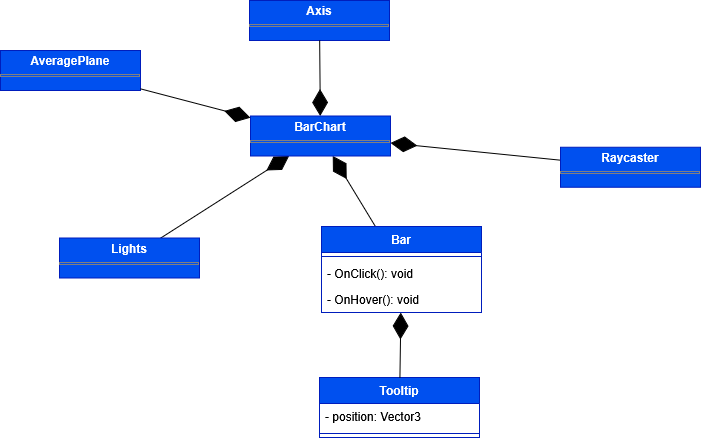
6BitBusters/6BitBusters.github.io keeps this draw.io diagram as Docs/PB/Generali Esterni/specifica_tecnica/template/images/uml_front/ui/barchart.png. Above is the earlier version. Source tidied: cells renumbered, new cells last; positions are measured from the earlier drawing's top-left corner, leaving out a move shared by most shapes.
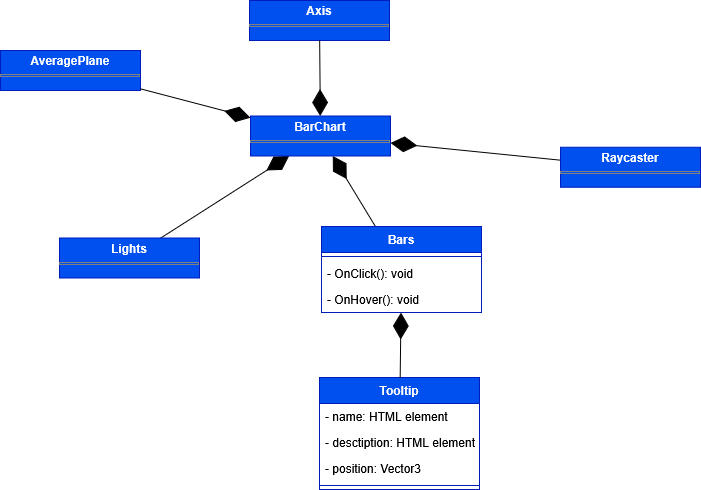
After the change.

What changed in the source:
```diff
@@ -5,19 +5,19 @@
     <mxCell id="2" value="&lt;p style=&quot;margin:0px;margin-top:4px;text-align:center;&quot;&gt;&lt;b&gt;Axis&lt;/b&gt;&lt;/p&gt;&lt;hr size=&quot;1&quot; style=&quot;border-style:solid;&quot;&gt;&lt;div style=&quot;height:2px;&quot;&gt;&lt;/div&gt;" style="verticalAlign=top;align=left;overflow=fill;html=1;whiteSpace=wrap;fillColor=#0050ef;fontColor=#ffffff;strokeColor=#001DBC;" parent="1" vertex="1">
       <mxGeometry x="249" width="140" height="40" as="geometry" />
     </mxCell>
-    <mxCell id="3" style="endArrow=diamondThin;endFill=1;endSize=24;html=1;rounded=0;" parent="1" edge="1" source="2" target="17">
+    <mxCell id="3" style="endArrow=diamondThin;endFill=1;endSize=24;html=1;rounded=0;" parent="1" edge="1" source="2" target="19">
       <mxGeometry relative="1" as="geometry" />
     </mxCell>
-    <mxCell id="4" style="endArrow=diamondThin;endFill=1;endSize=24;html=1;rounded=0;" parent="1" edge="1" source="5" target="17">
+    <mxCell id="4" style="endArrow=diamondThin;endFill=1;endSize=24;html=1;rounded=0;" parent="1" edge="1" source="5" target="19">
       <mxGeometry relative="1" as="geometry" />
     </mxCell>
     <mxCell id="5" value="&lt;p style=&quot;margin:0px;margin-top:4px;text-align:center;&quot;&gt;&lt;b&gt;Lights&lt;/b&gt;&lt;/p&gt;&lt;hr size=&quot;1&quot; style=&quot;border-style:solid;&quot;&gt;&lt;div style=&quot;height:2px;&quot;&gt;&lt;/div&gt;" style="verticalAlign=top;align=left;overflow=fill;html=1;whiteSpace=wrap;fillColor=#0050ef;fontColor=#ffffff;strokeColor=#001DBC;" parent="1" vertex="1">
       <mxGeometry x="59" y="237.5" width="140" height="40" as="geometry" />
     </mxCell>
-    <mxCell id="6" style="endArrow=diamondThin;endFill=1;endSize=24;html=1;rounded=0;" parent="1" edge="1" source="7" target="17">
+    <mxCell id="6" style="endArrow=diamondThin;endFill=1;endSize=24;html=1;rounded=0;" parent="1" edge="1" source="7" target="19">
       <mxGeometry relative="1" as="geometry" />
     </mxCell>
-    <mxCell id="7" value="Bar" style="swimlane;fontStyle=1;align=center;verticalAlign=top;horizontal=1;startSize=26;whiteSpace=wrap;html=1;fillColor=#0050ef;fontColor=#ffffff;strokeColor=#001DBC;" parent="1" vertex="1">
+    <mxCell id="7" value="Bars" style="swimlane;fontStyle=1;align=center;verticalAlign=top;horizontal=1;startSize=26;whiteSpace=wrap;html=1;fillColor=#0050ef;fontColor=#ffffff;strokeColor=#001DBC;" parent="1" vertex="1">
       <mxGeometry x="321" y="226" width="160" height="86" as="geometry" />
     </mxCell>
     <mxCell id="8" style="line;strokeWidth=1;fillColor=none;align=left;verticalAlign=middle;spacingTop=-1;spacingLeft=3;spacingRight=3;labelPosition=right;strokeColor=inherit;" parent="7" vertex="1">
@@ -30,31 +30,37 @@
       <mxGeometry y="60" width="160" height="26" as="geometry" />
     </mxCell>
     <mxCell id="11" value="Tooltip" style="swimlane;fontStyle=1;align=center;verticalAlign=top;horizontal=1;startSize=26;whiteSpace=wrap;html=1;fillColor=#0050ef;fontColor=#ffffff;strokeColor=#001DBC;" parent="1" vertex="1">
-      <mxGeometry x="319" y="377" width="160" height="60" as="geometry" />
+      <mxGeometry x="319" y="377" width="160" height="112" as="geometry" />
     </mxCell>
-    <mxCell id="12" value="- position: Vector3" style="text;strokeColor=none;fillColor=none;align=left;verticalAlign=top;spacingLeft=4;spacingRight=4;overflow=hidden;whiteSpace=wrap;html=1;" parent="11" vertex="1">
+    <mxCell id="12" value="- name: HTML element" style="text;strokeColor=none;fillColor=none;align=left;verticalAlign=top;spacingLeft=4;spacingRight=4;overflow=hidden;whiteSpace=wrap;html=1;" parent="11" vertex="1">
       <mxGeometry y="26" width="160" height="26" as="geometry" />
     </mxCell>
-    <mxCell id="13" style="line;strokeWidth=1;fillColor=none;align=left;verticalAlign=middle;spacingTop=-1;spacingLeft=3;spacingRight=3;labelPosition=right;strokeColor=inherit;" parent="11" vertex="1">
-      <mxGeometry y="52" width="160" height="8" as="geometry" />
+    <mxCell id="13" value="- desctiption: HTML element" style="text;strokeColor=none;fillColor=none;align=left;verticalAlign=top;spacingLeft=4;spacingRight=4;overflow=hidden;whiteSpace=wrap;html=1;" parent="11" vertex="1">
+      <mxGeometry y="52" width="160" height="26" as="geometry" />
     </mxCell>
-    <mxCell id="14" style="endArrow=diamondThin;endFill=1;endSize=24;html=1;rounded=0;" parent="1" edge="1" source="15" target="17">
-      <mxGeometry relative="1" as="geometry" />
+    <mxCell id="14" value="- position: Vector3" style="text;strokeColor=none;fillColor=none;align=left;verticalAlign=top;spacingLeft=4;spacingRight=4;overflow=hidden;whiteSpace=wrap;html=1;" parent="11" vertex="1">
+      <mxGeometry y="78" width="160" height="26" as="geometry" />
     </mxCell>
-    <mxCell id="15" value="&lt;p style=&quot;margin:0px;margin-top:4px;text-align:center;&quot;&gt;&lt;b&gt;Raycaster&lt;/b&gt;&lt;/p&gt;&lt;hr size=&quot;1&quot; style=&quot;border-style:solid;&quot;&gt;&lt;div style=&quot;height:2px;&quot;&gt;&lt;/div&gt;" style="verticalAlign=top;align=left;overflow=fill;html=1;whiteSpace=wrap;fillColor=#0050ef;fontColor=#ffffff;strokeColor=#001DBC;" parent="1" vertex="1">
-      <mxGeometry x="560" y="146.8" width="140" height="40" as="geometry" />
+    <mxCell id="15" style="line;strokeWidth=1;fillColor=none;align=left;verticalAlign=middle;spacingTop=-1;spacingLeft=3;spacingRight=3;labelPosition=right;points=[];portConstraint=eastwest;strokeColor=inherit;" parent="11" vertex="1">
+      <mxGeometry y="104" width="160" height="8" as="geometry" />
     </mxCell>
-    <mxCell id="16" style="endArrow=diamondThin;endFill=1;endSize=24;html=1;rounded=0;" parent="1" edge="1" source="11" target="7">
+    <mxCell id="16" style="endArrow=diamondThin;endFill=1;endSize=24;html=1;rounded=0;" parent="1" edge="1" source="17" target="19">
       <mxGeometry relative="1" as="geometry" />
     </mxCell>
-    <mxCell id="17" value="&lt;p style=&quot;margin:0px;margin-top:4px;text-align:center;&quot;&gt;&lt;b&gt;BarChart&lt;/b&gt;&lt;/p&gt;&lt;hr size=&quot;1&quot; style=&quot;border-style:solid;&quot;&gt;&lt;div style=&quot;height:2px;&quot;&gt;&lt;/div&gt;" style="verticalAlign=top;align=left;overflow=fill;html=1;whiteSpace=wrap;fillColor=#0050ef;fontColor=#ffffff;strokeColor=#001DBC;" parent="1" vertex="1">
-      <mxGeometry x="250" y="115.5" width="140" height="40" as="geometry" />
+    <mxCell id="17" value="&lt;p style=&quot;margin:0px;margin-top:4px;text-align:center;&quot;&gt;&lt;b&gt;Raycaster&lt;/b&gt;&lt;/p&gt;&lt;hr size=&quot;1&quot; style=&quot;border-style:solid;&quot;&gt;&lt;div style=&quot;height:2px;&quot;&gt;&lt;/div&gt;" style="verticalAlign=top;align=left;overflow=fill;html=1;whiteSpace=wrap;fillColor=#0050ef;fontColor=#ffffff;strokeColor=#001DBC;" parent="1" vertex="1">
+      <mxGeometry x="560" y="146.8" width="140" height="40" as="geometry" />
     </mxCell>
-    <mxCell id="18" value="&lt;p style=&quot;margin:0px;margin-top:4px;text-align:center;&quot;&gt;&lt;b&gt;AveragePlane&lt;/b&gt;&lt;/p&gt;&lt;hr size=&quot;1&quot; style=&quot;border-style:solid;&quot;&gt;&lt;div style=&quot;height:2px;&quot;&gt;&lt;/div&gt;" style="verticalAlign=top;align=left;overflow=fill;html=1;whiteSpace=wrap;fillColor=#0050ef;fontColor=#ffffff;strokeColor=#001DBC;" parent="1" vertex="1">
-      <mxGeometry y="50" width="140" height="40" as="geometry" />
+    <mxCell id="18" style="endArrow=diamondThin;endFill=1;endSize=24;html=1;rounded=0;" parent="1" edge="1" source="11" target="7">
+      <mxGeometry relative="1" as="geometry" />
     </mxCell>
-    <mxCell id="19" style="endArrow=diamondThin;endFill=1;endSize=24;html=1;rounded=0;" parent="1" edge="1" source="18" target="17">
-      <mxGeometry relative="1" as="geometry" />
+    <mxCell id="19" value="&lt;p style=&quot;margin:0px;margin-top:4px;text-align:center;&quot;&gt;&lt;b&gt;BarChart&lt;/b&gt;&lt;/p&gt;&lt;hr size=&quot;1&quot; style=&quot;border-style:solid;&quot;&gt;&lt;div style=&quot;height:2px;&quot;&gt;&lt;/div&gt;" style="verticalAlign=top;align=left;overflow=fill;html=1;whiteSpace=wrap;fillColor=#0050ef;fontColor=#ffffff;strokeColor=#001DBC;" parent="1" vertex="1">
+      <mxGeometry x="250" y="115.5" width="140" height="40" as="geometry" />
     </mxCell>
+    <mxCell id="20" value="&lt;p style=&quot;margin:0px;margin-top:4px;text-align:center;&quot;&gt;&lt;b&gt;AveragePlane&lt;/b&gt;&lt;/p&gt;&lt;hr size=&quot;1&quot; style=&quot;border-style:solid;&quot;&gt;&lt;div style=&quot;height:2px;&quot;&gt;&lt;/div&gt;" style="verticalAlign=top;align=left;overflow=fill;html=1;whiteSpace=wrap;fillColor=#0050ef;fontColor=#ffffff;strokeColor=#001DBC;" parent="1" vertex="1">
+      <mxGeometry y="50" width="140" height="40" as="geometry" />
+    </mxCell>
+    <mxCell id="21" style="endArrow=diamondThin;endFill=1;endSize=24;html=1;rounded=0;" parent="1" edge="1" source="20" target="19">
+      <mxGeometry relative="1" as="geometry" />
+    </mxCell>
   </root>
 </mxGraphModel>
```
